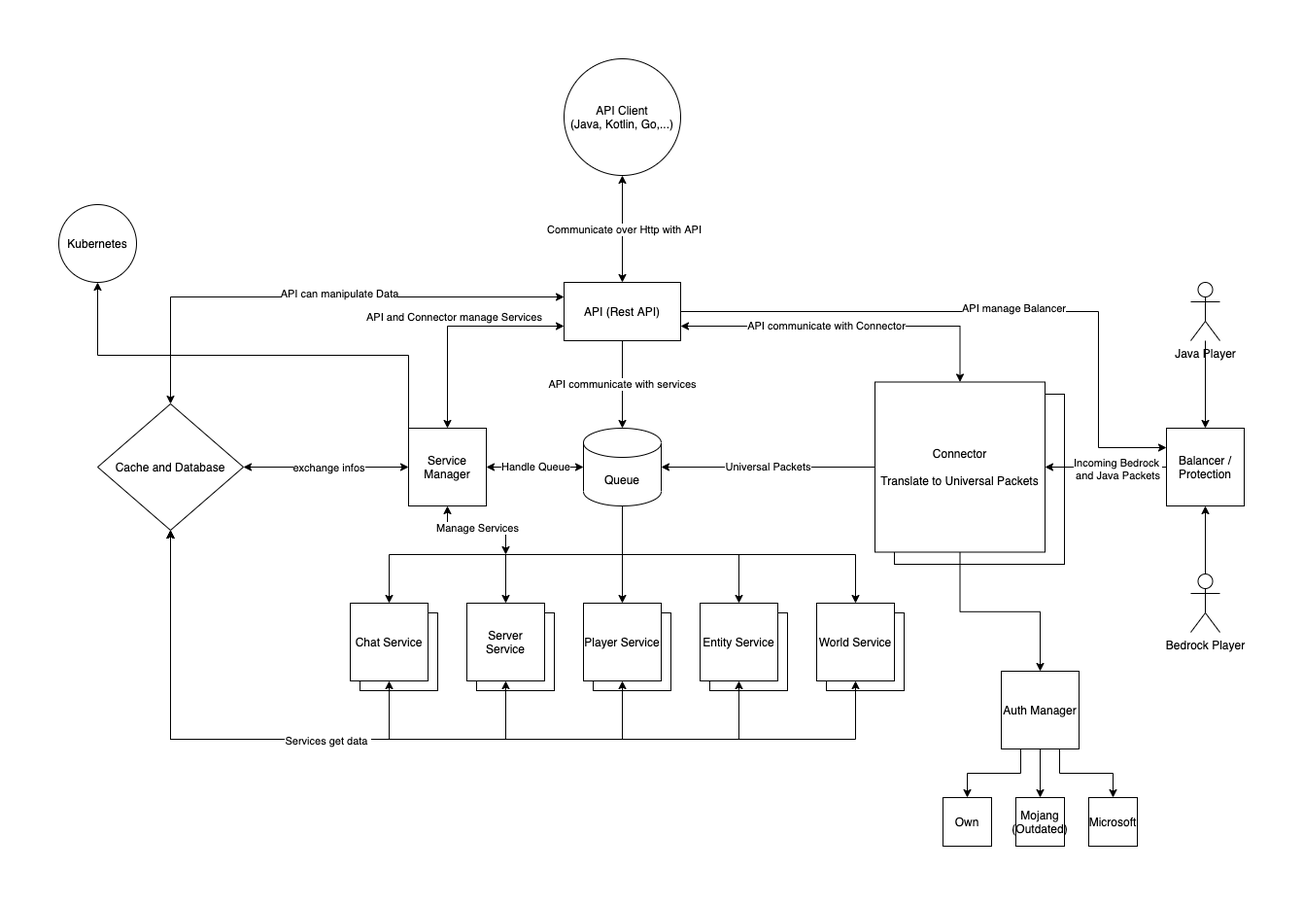
Earlier version of the draw.io export images/overview.png (Layercraft/Infos). Source tidied: cells renumbered, new cells last; positions are measured from the earlier drawing's top-left corner, leaving out a move shared by most shapes.
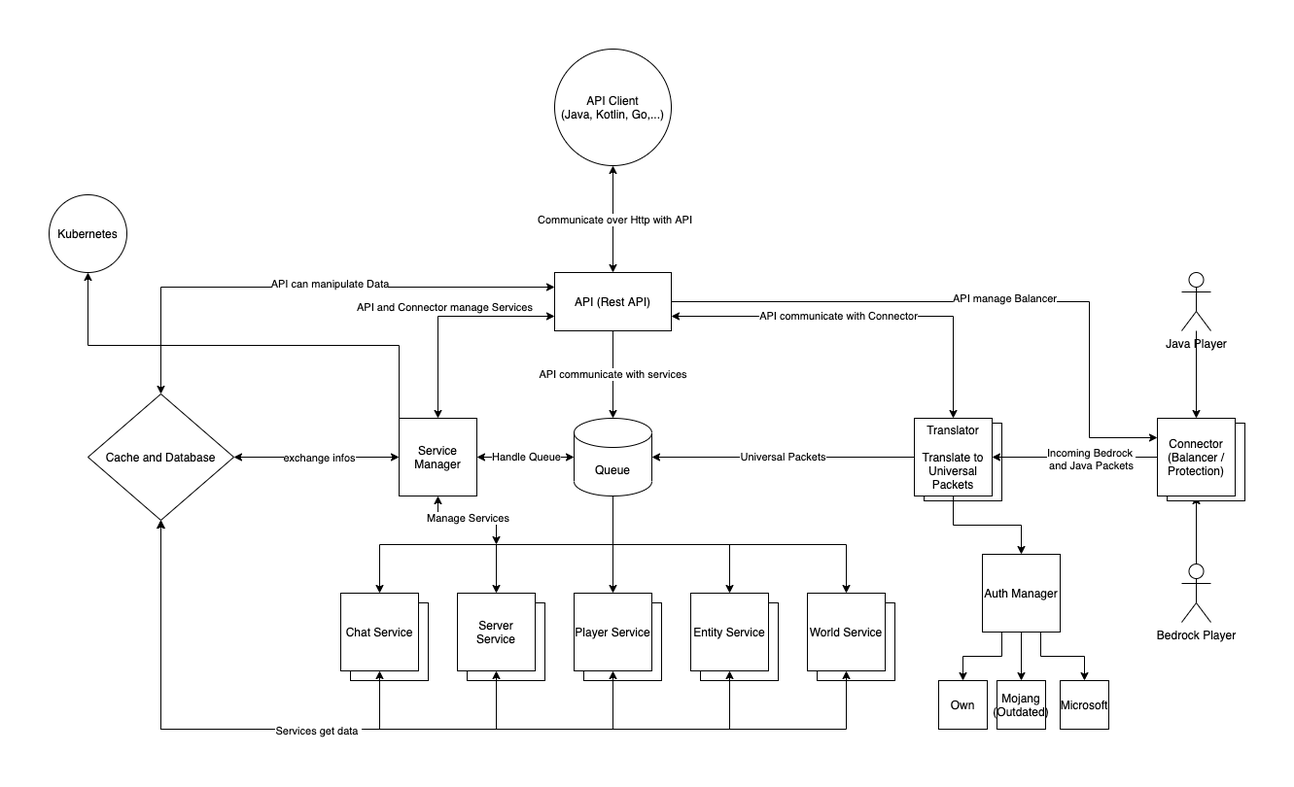
The same file after the commit.

Change to the diagram source:
```diff
@@ -3,7 +3,7 @@
     <mxCell id="0" />
     <mxCell id="1" parent="0" />
     <mxCell id="2" style="whiteSpace=wrap;html=1;" parent="1" vertex="1">
-      <mxGeometry x="860" y="345" width="175" height="175" as="geometry" />
+      <mxGeometry x="900" y="385" width="80" height="80" as="geometry" />
     </mxCell>
     <mxCell id="3" style="edgeStyle=orthogonalEdgeStyle;rounded=0;jettySize=auto;html=1;entryX=0.5;entryY=0;entryDx=0;entryDy=0;" parent="1" edge="1" source="61" target="6">
       <mxGeometry relative="1" as="geometry" />
@@ -14,17 +14,14 @@
     <mxCell id="5" value="Incoming Bedrock&amp;nbsp;&lt;br&gt;and Java Packets" style="edgeLabel;html=1;align=center;verticalAlign=middle;" parent="4" vertex="1">
       <mxGeometry x="-0.18" y="1" relative="1" as="geometry" />
     </mxCell>
-    <mxCell id="6" value="Balancer / Protection" style="whiteSpace=wrap;html=1;" parent="1" vertex="1">
-      <mxGeometry x="1140" y="380" width="80" height="80" as="geometry" />
-    </mxCell>
     <mxCell id="7" value="Universal Packets" style="edgeStyle=orthogonalEdgeStyle;rounded=0;jettySize=auto;html=1;exitX=0;exitY=0.5;exitDx=0;exitDy=0;startArrow=none;startFill=0;" parent="1" edge="1" source="9" target="17">
       <mxGeometry relative="1" as="geometry" />
     </mxCell>
     <mxCell id="8" style="edgeStyle=orthogonalEdgeStyle;rounded=0;jettySize=auto;html=1;exitX=0.5;exitY=1;exitDx=0;exitDy=0;entryX=0.5;entryY=0;entryDx=0;entryDy=0;" parent="1" edge="1" source="9" target="56">
       <mxGeometry relative="1" as="geometry" />
     </mxCell>
-    <mxCell id="9" value="Connector&lt;br&gt;&lt;br&gt;Translate to Universal Packets" style="whiteSpace=wrap;html=1;" parent="1" vertex="1">
-      <mxGeometry x="840" y="332.5" width="175" height="175" as="geometry" />
+    <mxCell id="9" value="Translator&lt;br&gt;&lt;br&gt;Translate to Universal Packets" style="whiteSpace=wrap;html=1;" parent="1" vertex="1">
+      <mxGeometry x="890" y="380" width="80" height="80" as="geometry" />
     </mxCell>
     <mxCell id="10" style="edgeStyle=orthogonalEdgeStyle;rounded=0;jettySize=auto;html=1;exitX=0.5;exitY=1;exitDx=0;exitDy=0;exitPerimeter=0;entryX=0.5;entryY=0;entryDx=0;entryDy=0;startArrow=none;startFill=0;" parent="1" edge="1" source="17" target="31">
       <mxGeometry relative="1" as="geometry" />
@@ -199,16 +196,16 @@
       <mxGeometry relative="1" as="geometry" />
     </mxCell>
     <mxCell id="56" value="Auth Manager" style="whiteSpace=wrap;html=1;" parent="1" vertex="1">
-      <mxGeometry x="970" y="630" width="80" height="80" as="geometry" />
+      <mxGeometry x="960" y="520" width="80" height="80" as="geometry" />
     </mxCell>
     <mxCell id="57" value="Mojang (Outdated)" style="whiteSpace=wrap;html=1;" parent="1" vertex="1">
-      <mxGeometry x="985" y="760" width="50" height="50" as="geometry" />
+      <mxGeometry x="975" y="650" width="50" height="50" as="geometry" />
     </mxCell>
     <mxCell id="58" value="Own" style="whiteSpace=wrap;html=1;" parent="1" vertex="1">
-      <mxGeometry x="910" y="760" width="50" height="50" as="geometry" />
+      <mxGeometry x="915" y="650" width="50" height="50" as="geometry" />
     </mxCell>
     <mxCell id="59" value="Microsoft" style="whiteSpace=wrap;html=1;" parent="1" vertex="1">
-      <mxGeometry x="1060" y="760" width="50" height="50" as="geometry" />
+      <mxGeometry x="1040" y="650" width="50" height="50" as="geometry" />
     </mxCell>
     <mxCell id="60" value="API Client&lt;br&gt;(Java, Kotlin, Go,...)" style="ellipse;whiteSpace=wrap;html=1;" parent="1" vertex="1">
       <mxGeometry x="520" width="120" height="120" as="geometry" />
@@ -225,5 +222,11 @@
     <mxCell id="64" value="Kubernetes" style="ellipse;whiteSpace=wrap;html=1;" parent="1" vertex="1">
       <mxGeometry y="150" width="80" height="80" as="geometry" />
     </mxCell>
+    <mxCell id="65" style="whiteSpace=wrap;html=1;" parent="1" vertex="1">
+      <mxGeometry x="1150" y="385" width="80" height="80" as="geometry" />
+    </mxCell>
+    <mxCell id="6" value="Connector&lt;br&gt;(Balancer / Protection)" style="whiteSpace=wrap;html=1;" parent="1" vertex="1">
+      <mxGeometry x="1140" y="380" width="80" height="80" as="geometry" />
+    </mxCell>
   </root>
 </mxGraphModel>
```
